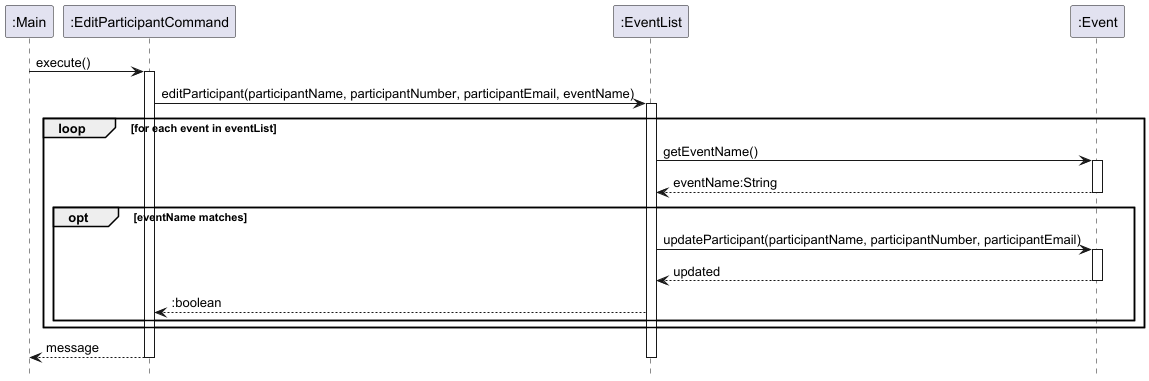
Earlier version of the PlantUML export docs/images/EditParticipantCommandSequenceDiagram.png (nus-cs2113-AY2425S1/tp).
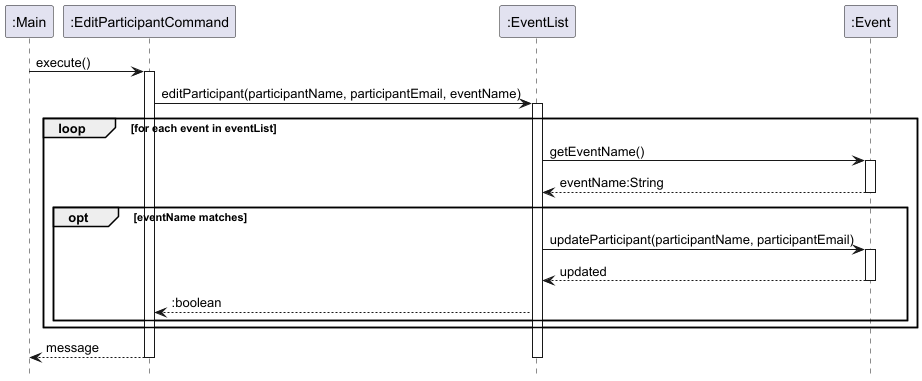
The same diagram one commit later.

Diff of the diagram source:
```diff
@@ -9,7 +9,7 @@
  main -> editCommand : execute()
  activate editCommand
 
- editCommand -> eventList : editParticipant(participantName, participantNumber, participantEmail, eventName)
+ editCommand -> eventList : editParticipant(participantName, participantEmail, eventName)
  activate eventList
 
  loop for each event in eventList
@@ -19,7 +19,7 @@
      deactivate event
 
      opt eventName matches
-         eventList -> event : updateParticipant(participantName, participantNumber, participantEmail)
+         eventList -> event : updateParticipant(participantName, participantEmail)
          activate event
          event --> eventList : updated
          deactivate event
```
